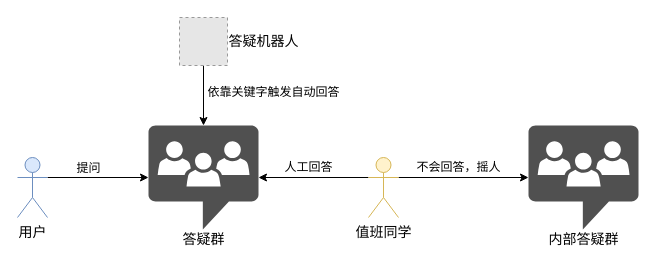
watermoonlx/drawio keeps this draw.io diagram as Untitled Diagram.drawio. Above is the earlier version. Source tidied: cells renumbered, new cells numbered last; positions are measured from the earlier drawing's top-left corner, leaving out a move shared by most shapes. Both pictures are drawn from the tidied source at 100%, with x=0, y=0 at pixel (17, 17). Pictures stored in the file or linked from it are replaced by grey dashed boxes.
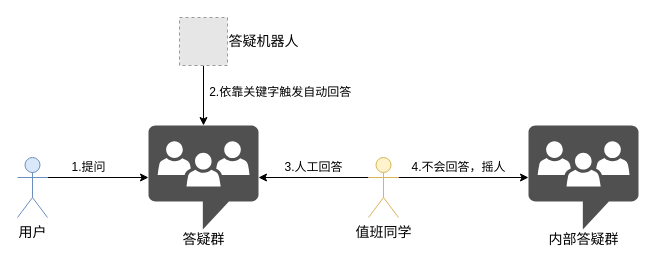
The same page after the edit.

Change to the diagram source:
```diff
@@
 <mxGraphModel>
   <root>
     <mxCell id="0" />
     <mxCell id="1" parent="0" />
     <mxCell id="2" style="edgeStyle=orthogonalEdgeStyle;rounded=0;jettySize=auto;html=1;exitX=1;exitY=0.3333333333333333;exitDx=0;exitDy=0;exitPerimeter=0;" parent="1" edge="1" source="3" target="4">
       <mxGeometry relative="1" as="geometry" />
     </mxCell>
     <mxCell id="3" value="&lt;font style=&quot;font-size: 14px&quot;&gt;用户&lt;/font&gt;" style="shape=umlActor;verticalLabelPosition=bottom;verticalAlign=top;html=1;outlineConnect=0;fillColor=#dae8fc;strokeColor=#6c8ebf;" parent="1" vertex="1">
       <mxGeometry y="140" width="30" height="60" as="geometry" />
     </mxCell>
     <mxCell id="4" style="shadow=0;dashed=0;html=1;strokeColor=none;fillColor=#505050;labelPosition=center;verticalLabelPosition=bottom;verticalAlign=top;outlineConnect=0;align=center;shape=mxgraph.office.communications.chat_room;" parent="1" vertex="1">
       <mxGeometry x="131" y="108" width="110" height="104" as="geometry" />
     </mxCell>
     <mxCell id="5" style="edgeStyle=orthogonalEdgeStyle;rounded=0;jettySize=auto;html=1;exitX=0.5;exitY=1;exitDx=0;exitDy=0;" parent="1" edge="1" source="6" target="4">
       <mxGeometry relative="1" as="geometry" />
     </mxCell>
     <mxCell id="6" style="fillColor=#E6E6E6;strokeColor=#999999;dashed=1;html=1;verticalAlign=top;verticalLabelPosition=bottom;labelBackgroundColor=#ffffff;" parent="1" vertex="1">
       <mxGeometry x="162" width="48" height="48" as="geometry" />
     </mxCell>
     <mxCell id="7" style="edgeStyle=orthogonalEdgeStyle;rounded=0;jettySize=auto;html=1;exitX=0;exitY=0.3333333333333333;exitDx=0;exitDy=0;exitPerimeter=0;" parent="1" edge="1" source="9" target="4">
       <mxGeometry relative="1" as="geometry" />
     </mxCell>
     <mxCell id="8" style="edgeStyle=orthogonalEdgeStyle;rounded=0;jettySize=auto;html=1;exitX=1;exitY=0.3333333333333333;exitDx=0;exitDy=0;exitPerimeter=0;fontSize=12;" parent="1" edge="1" source="9" target="15">
       <mxGeometry relative="1" as="geometry" />
     </mxCell>
     <mxCell id="9" value="&lt;font style=&quot;font-size: 14px&quot;&gt;值班同学&lt;/font&gt;" style="shape=umlActor;verticalLabelPosition=bottom;verticalAlign=top;html=1;outlineConnect=0;fillColor=#fff2cc;strokeColor=#d6b656;" parent="1" vertex="1">
       <mxGeometry x="351" y="140" width="30" height="60" as="geometry" />
     </mxCell>
     <mxCell id="10" value="答疑机器人" style="text;html=1;align=center;verticalAlign=middle;fontSize=14;" parent="1" vertex="1">
       <mxGeometry x="201" y="14" width="90" height="20" as="geometry" />
     </mxCell>
     <mxCell id="11" value="答疑群" style="text;html=1;align=center;verticalAlign=middle;fontSize=14;" parent="1" vertex="1">
       <mxGeometry x="156" y="212" width="60" height="20" as="geometry" />
     </mxCell>
-    <mxCell id="12" value="&lt;font style=&quot;font-size: 12px&quot;&gt;提问&lt;/font&gt;" style="text;html=1;align=center;verticalAlign=middle;fontSize=14;" parent="1" vertex="1">
-      <mxGeometry x="51" y="140" width="40" height="20" as="geometry" />
+    <mxCell id="12" value="&lt;font style=&quot;font-size: 12px;&quot;&gt;1.提问&lt;/font&gt;" style="text;html=1;align=center;verticalAlign=middle;fontSize=12;" parent="1" vertex="1">
+      <mxGeometry x="46" y="140" width="50" height="20" as="geometry" />
     </mxCell>
-    <mxCell id="13" value="依靠关键字触发自动回答" style="text;html=1;align=center;verticalAlign=middle;fontSize=12;" parent="1" vertex="1">
-      <mxGeometry x="181" y="65" width="150" height="20" as="geometry" />
+    <mxCell id="13" value="&amp;nbsp; &amp;nbsp; 2.依靠关键字触发自动回答" style="text;html=1;align=center;verticalAlign=middle;fontSize=12;" parent="1" vertex="1">
+      <mxGeometry x="171" y="65" width="170" height="20" as="geometry" />
     </mxCell>
-    <mxCell id="14" value="人工回答" style="text;html=1;align=center;verticalAlign=middle;fontSize=12;" parent="1" vertex="1">
-      <mxGeometry x="261" y="140" width="60" height="20" as="geometry" />
+    <mxCell id="14" value="3.人工回答" style="text;html=1;align=center;verticalAlign=middle;fontSize=12;" parent="1" vertex="1">
+      <mxGeometry x="261" y="140" width="70" height="20" as="geometry" />
     </mxCell>
     <mxCell id="15" style="shadow=0;dashed=0;html=1;strokeColor=none;fillColor=#505050;labelPosition=center;verticalLabelPosition=bottom;verticalAlign=top;outlineConnect=0;align=center;shape=mxgraph.office.communications.chat_room;" parent="1" vertex="1">
       <mxGeometry x="511" y="108" width="110" height="104" as="geometry" />
     </mxCell>
     <mxCell id="16" value="内部答疑群" style="text;html=1;align=center;verticalAlign=middle;fontSize=14;" parent="1" vertex="1">
       <mxGeometry x="521" y="212" width="90" height="20" as="geometry" />
     </mxCell>
-    <mxCell id="17" value="不会回答，摇人" style="text;html=1;align=center;verticalAlign=middle;fontSize=12;" parent="1" vertex="1">
-      <mxGeometry x="391" y="140" width="100" height="20" as="geometry" />
+    <mxCell id="17" value="4.不会回答，摇人" style="text;html=1;align=center;verticalAlign=middle;fontSize=12;" parent="1" vertex="1">
+      <mxGeometry x="386" y="140" width="110" height="20" as="geometry" />
     </mxCell>
   </root>
 </mxGraphModel>
```
